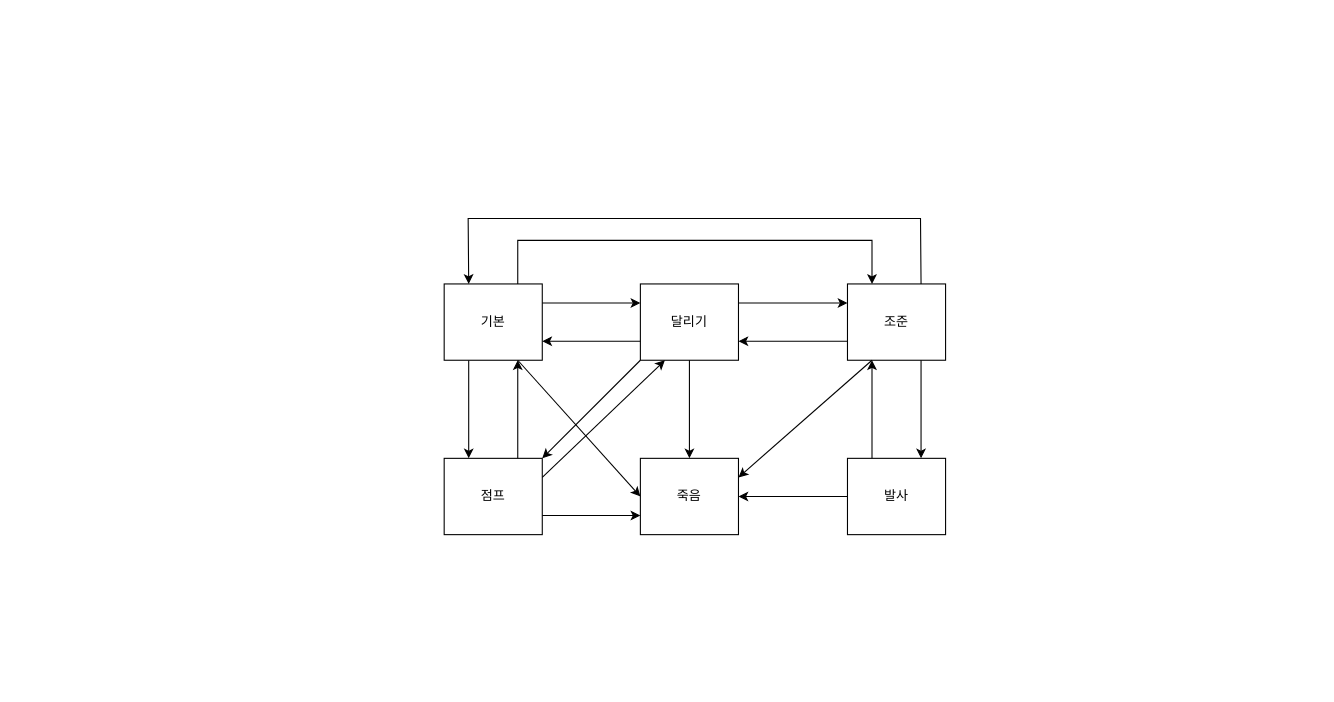
FChaGD/ProjectUnreal keeps this draw.io diagram as 기획/자료/캐릭터 상태머신.drawio. Above is the earlier version. Source tidied: cells renumbered, new cells numbered last; positions are measured from the earlier drawing's top-left corner, leaving out a move shared by most shapes. Both pictures are drawn from the tidied source at 109%, with x=0, y=0 at pixel (444, 218).
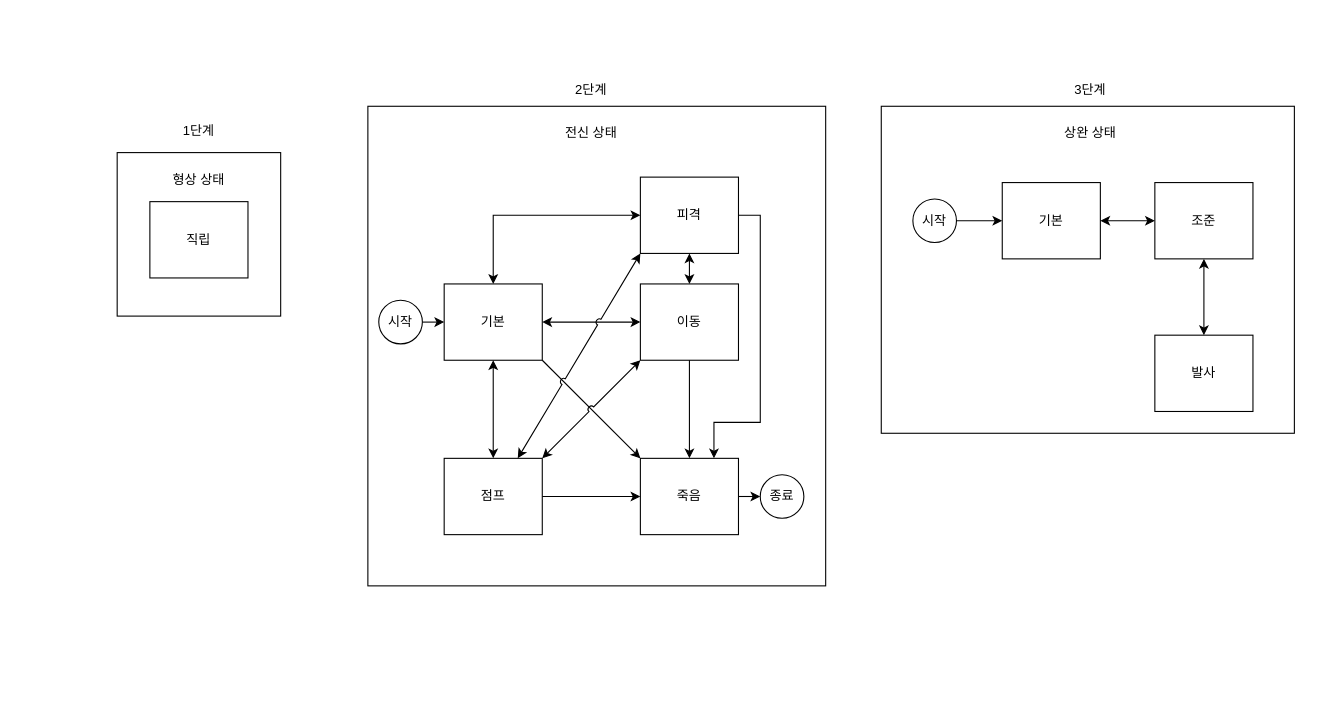
After the change.

Unchanged cells that the change refers to:
```xml
<mxCell id="3" value="기본" style="rounded=0;whiteSpace=wrap;html=1;" parent="1" vertex="1">
  <mxGeometry y="60" width="90" height="70" as="geometry" />
</mxCell>
<mxCell id="6" value="죽음" style="rounded=0;whiteSpace=wrap;html=1;" parent="1" vertex="1">
  <mxGeometry x="180" y="220" width="90" height="70" as="geometry" />
</mxCell>
<mxCell id="20" value="점프" style="rounded=0;whiteSpace=wrap;html=1;" parent="1" vertex="1">
  <mxGeometry y="220" width="90" height="70" as="geometry" />
</mxCell>
```

Diff of the diagram source:
```diff
@@
-    <mxCell id="2" style="edgeStyle=orthogonalEdgeStyle;rounded=0;jettySize=auto;html=1;exitX=0.25;exitY=1;exitDx=0;exitDy=0;entryX=0.25;entryY=0;entryDx=0;entryDy=0;" parent="1" edge="1" source="3" target="20">
-      <mxGeometry relative="1" as="geometry" />
-    </mxCell>
+    <mxCell id="25" style="rounded=0;whiteSpace=wrap;html=1;fillColor=none;strokeColor=none;" parent="1" vertex="1">
+      <mxGeometry x="-390" y="-183" width="1190" height="610" as="geometry" />
+    </mxCell>
+    <mxCell id="26" style="rounded=0;whiteSpace=wrap;html=1;" parent="1" vertex="1">
+      <mxGeometry x="401" y="-103" width="379" height="300" as="geometry" />
+    </mxCell>
+    <mxCell id="27" value="상완 상태" style="text;html=1;align=center;verticalAlign=middle;whiteSpace=wrap;rounded=0;" parent="1" vertex="1">
+      <mxGeometry x="528" y="-93" width="130" height="30" as="geometry" />
+    </mxCell>
+    <mxCell id="28" style="rounded=0;whiteSpace=wrap;html=1;" parent="1" vertex="1">
+      <mxGeometry x="-70" y="-103" width="420" height="440" as="geometry" />
+    </mxCell>
+    <mxCell id="29" style="edgeStyle=orthogonalEdgeStyle;rounded=0;jettySize=auto;html=1;exitX=0.5;exitY=0;exitDx=0;exitDy=0;entryX=0;entryY=0.5;entryDx=0;entryDy=0;startArrow=classic;startFill=1;" parent="1" edge="1" source="3" target="42">
+      <mxGeometry relative="1" as="geometry" />
+    </mxCell>
@@
     <mxCell id="4" value="조준" style="rounded=0;whiteSpace=wrap;html=1;" parent="1" vertex="1">
-      <mxGeometry x="370" y="60" width="90" height="70" as="geometry" />
+      <mxGeometry x="652" y="-33" width="90" height="70" as="geometry" />
     </mxCell>
-    <mxCell id="5" style="edgeStyle=orthogonalEdgeStyle;rounded=0;jettySize=auto;html=1;exitX=0.75;exitY=0;exitDx=0;exitDy=0;entryX=0.25;entryY=0;entryDx=0;entryDy=0;" parent="1" edge="1" source="3" target="4">
-      <mxGeometry relative="1" as="geometry">
-        <Array as="points">
-          <mxPoint x="68" y="20" />
-          <mxPoint x="393" y="20" />
-        </Array>
-      </mxGeometry>
-    </mxCell>
+    <mxCell id="30" style="edgeStyle=orthogonalEdgeStyle;rounded=0;jettySize=auto;html=1;exitX=1;exitY=0.5;exitDx=0;exitDy=0;entryX=0;entryY=0.5;entryDx=0;entryDy=0;" parent="1" edge="1" source="6" target="45">
+      <mxGeometry relative="1" as="geometry" />
+    </mxCell>
@@
-    <mxCell id="7" value="달리기" style="rounded=0;whiteSpace=wrap;html=1;" parent="1" vertex="1">
+    <mxCell id="7" value="이동" style="rounded=0;whiteSpace=wrap;html=1;" parent="1" vertex="1">
       <mxGeometry x="180" y="60" width="90" height="70" as="geometry" />
     </mxCell>
     <mxCell id="8" value="발사" style="rounded=0;whiteSpace=wrap;html=1;" parent="1" vertex="1">
-      <mxGeometry x="370" y="220" width="90" height="70" as="geometry" />
+      <mxGeometry x="652" y="107" width="90" height="70" as="geometry" />
     </mxCell>
-    <mxCell id="9" style="endArrow=classic;html=1;rounded=0;exitX=1;exitY=0.25;exitDx=0;exitDy=0;entryX=0;entryY=0.25;entryDx=0;entryDy=0;" parent="1" edge="1" source="3" target="7">
+    <mxCell id="9" style="endArrow=classic;html=1;rounded=0;exitX=1;exitY=0.5;exitDx=0;exitDy=0;entryX=0;entryY=0.5;entryDx=0;entryDy=0;startArrow=classic;startFill=1;" parent="1" edge="1" source="3" target="7">
       <mxGeometry relative="1" as="geometry" />
     </mxCell>
-    <mxCell id="10" style="endArrow=classic;html=1;rounded=0;exitX=0;exitY=0.75;exitDx=0;exitDy=0;entryX=1;entryY=0.75;entryDx=0;entryDy=0;" parent="1" edge="1" source="7" target="3">
-      <mxGeometry relative="1" as="geometry" />
-    </mxCell>
@@
-    <mxCell id="12" style="endArrow=classic;html=1;rounded=0;exitX=0.75;exitY=1;exitDx=0;exitDy=0;entryX=0;entryY=0.5;entryDx=0;entryDy=0;" parent="1" edge="1" source="3" target="6">
+    <mxCell id="12" style="endArrow=classic;html=1;rounded=0;exitX=1;exitY=1;exitDx=0;exitDy=0;entryX=0;entryY=0;entryDx=0;entryDy=0;" parent="1" edge="1" source="3" target="6">
       <mxGeometry relative="1" as="geometry" />
     </mxCell>
-    <mxCell id="13" style="endArrow=classic;html=1;rounded=0;exitX=1;exitY=0.25;exitDx=0;exitDy=0;entryX=0;entryY=0.25;entryDx=0;entryDy=0;" parent="1" edge="1" source="7" target="4">
-      <mxGeometry relative="1" as="geometry" />
-    </mxCell>
-    <mxCell id="14" style="endArrow=classic;html=1;rounded=0;exitX=0;exitY=0.75;exitDx=0;exitDy=0;entryX=1;entryY=0.75;entryDx=0;entryDy=0;" parent="1" edge="1" source="4" target="7">
-      <mxGeometry relative="1" as="geometry" />
-    </mxCell>
-    <mxCell id="15" style="endArrow=classic;html=1;rounded=0;exitX=0.25;exitY=1;exitDx=0;exitDy=0;entryX=1;entryY=0.25;entryDx=0;entryDy=0;" parent="1" edge="1" source="4" target="6">
-      <mxGeometry relative="1" as="geometry" />
-    </mxCell>
-    <mxCell id="16" style="endArrow=classic;html=1;rounded=0;exitX=0.75;exitY=1;exitDx=0;exitDy=0;entryX=0.75;entryY=0;entryDx=0;entryDy=0;" parent="1" edge="1" source="4" target="8">
+    <mxCell id="16" style="endArrow=classic;html=1;rounded=0;exitX=0.5;exitY=1;exitDx=0;exitDy=0;entryX=0.5;entryY=0;entryDx=0;entryDy=0;startArrow=classic;startFill=1;" parent="1" edge="1" source="4" target="8">
       <mxGeometry relative="1" as="geometry" />
     </mxCell>
-    <mxCell id="17" style="endArrow=classic;html=1;rounded=0;entryX=0.25;entryY=1;entryDx=0;entryDy=0;exitX=0.25;exitY=0;exitDx=0;exitDy=0;" parent="1" edge="1" source="8" target="4">
-      <mxGeometry relative="1" as="geometry" />
-    </mxCell>
-    <mxCell id="18" style="endArrow=classic;html=1;rounded=0;exitX=0.75;exitY=0;exitDx=0;exitDy=0;entryX=0.25;entryY=0;entryDx=0;entryDy=0;" parent="1" edge="1" source="4" target="3">
-      <mxGeometry relative="1" as="geometry">
-        <Array as="points">
-          <mxPoint x="437" />
-          <mxPoint x="22" />
-        </Array>
-      </mxGeometry>
-    </mxCell>
-    <mxCell id="19" style="endArrow=classic;html=1;rounded=0;entryX=1;entryY=0.5;entryDx=0;entryDy=0;exitX=0;exitY=0.5;exitDx=0;exitDy=0;" parent="1" edge="1" source="8" target="6">
-      <mxGeometry relative="1" as="geometry" />
-    </mxCell>
@@
-    <mxCell id="21" style="edgeStyle=orthogonalEdgeStyle;rounded=0;jettySize=auto;html=1;exitX=0.75;exitY=0;exitDx=0;exitDy=0;entryX=0.75;entryY=1;entryDx=0;entryDy=0;" parent="1" edge="1" source="20" target="3">
+    <mxCell id="21" style="edgeStyle=orthogonalEdgeStyle;rounded=0;jettySize=auto;html=1;exitX=0.5;exitY=0;exitDx=0;exitDy=0;entryX=0.5;entryY=1;entryDx=0;entryDy=0;startArrow=classic;startFill=1;" parent="1" edge="1" source="20" target="3">
       <mxGeometry relative="1" as="geometry" />
     </mxCell>
-    <mxCell id="22" style="endArrow=classic;html=1;rounded=0;exitX=1;exitY=0.75;exitDx=0;exitDy=0;entryX=0;entryY=0.75;entryDx=0;entryDy=0;" parent="1" edge="1" source="20" target="6">
+    <mxCell id="22" style="endArrow=classic;html=1;rounded=0;exitX=1;exitY=0.5;exitDx=0;exitDy=0;entryX=0;entryY=0.5;entryDx=0;entryDy=0;" parent="1" edge="1" source="20" target="6">
       <mxGeometry relative="1" as="geometry" />
     </mxCell>
-    <mxCell id="23" style="endArrow=classic;html=1;rounded=0;exitX=0;exitY=1;exitDx=0;exitDy=0;entryX=1;entryY=0;entryDx=0;entryDy=0;" parent="1" edge="1" source="7" target="20">
+    <mxCell id="23" style="endArrow=classic;html=1;rounded=0;exitX=0;exitY=1;exitDx=0;exitDy=0;entryX=1;entryY=0;entryDx=0;entryDy=0;startArrow=classic;startFill=1;jumpStyle=arc;" parent="1" edge="1" source="7" target="20">
       <mxGeometry relative="1" as="geometry" />
     </mxCell>
-    <mxCell id="24" style="endArrow=classic;html=1;rounded=0;exitX=1;exitY=0.25;exitDx=0;exitDy=0;entryX=0.25;entryY=1;entryDx=0;entryDy=0;" parent="1" edge="1" source="20" target="7">
-      <mxGeometry relative="1" as="geometry" />
-    </mxCell>
+    <mxCell id="31" value="전신 상태" style="text;html=1;align=center;verticalAlign=middle;whiteSpace=wrap;rounded=0;" parent="1" vertex="1">
+      <mxGeometry x="70" y="-93" width="130" height="30" as="geometry" />
+    </mxCell>
+    <mxCell id="32" value="기본" style="rounded=0;whiteSpace=wrap;html=1;" parent="1" vertex="1">
+      <mxGeometry x="512" y="-33" width="90" height="70" as="geometry" />
+    </mxCell>
+    <mxCell id="33" style="endArrow=classic;html=1;rounded=0;exitX=1;exitY=0.5;exitDx=0;exitDy=0;entryX=0;entryY=0.5;entryDx=0;entryDy=0;startArrow=classic;startFill=1;" parent="1" edge="1" source="32" target="4">
+      <mxGeometry relative="1" as="geometry" />
+    </mxCell>
+    <mxCell id="34" style="rounded=0;whiteSpace=wrap;html=1;" parent="1" vertex="1">
+      <mxGeometry x="-300" y="-60.5" width="150" height="150" as="geometry" />
+    </mxCell>
+    <mxCell id="35" value="직립" style="rounded=0;whiteSpace=wrap;html=1;" parent="1" vertex="1">
+      <mxGeometry x="-270" y="-15.5" width="90" height="70" as="geometry" />
+    </mxCell>
+    <mxCell id="36" value="형상 상태" style="text;html=1;align=center;verticalAlign=middle;whiteSpace=wrap;rounded=0;" parent="1" vertex="1">
+      <mxGeometry x="-290" y="-50.5" width="130" height="30" as="geometry" />
+    </mxCell>
+    <mxCell id="37" value="1단계" style="text;html=1;align=center;verticalAlign=middle;whiteSpace=wrap;rounded=0;" parent="1" vertex="1">
+      <mxGeometry x="-255" y="-95.5" width="60" height="30" as="geometry" />
+    </mxCell>
+    <mxCell id="38" value="2단계" style="text;html=1;align=center;verticalAlign=middle;whiteSpace=wrap;rounded=0;" parent="1" vertex="1">
+      <mxGeometry x="105" y="-133" width="60" height="30" as="geometry" />
+    </mxCell>
+    <mxCell id="39" value="3단계" style="text;html=1;align=center;verticalAlign=middle;whiteSpace=wrap;rounded=0;" parent="1" vertex="1">
+      <mxGeometry x="563" y="-133" width="60" height="30" as="geometry" />
+    </mxCell>
+    <mxCell id="40" style="edgeStyle=orthogonalEdgeStyle;rounded=0;jettySize=auto;html=1;exitX=1;exitY=0.5;exitDx=0;exitDy=0;entryX=0.75;entryY=0;entryDx=0;entryDy=0;" parent="1" edge="1" source="42" target="6">
+      <mxGeometry relative="1" as="geometry">
+        <Array as="points">
+          <mxPoint x="290" y="-3" />
+          <mxPoint x="290" y="187" />
+          <mxPoint x="248" y="187" />
+        </Array>
+      </mxGeometry>
+    </mxCell>
+    <mxCell id="41" style="edgeStyle=orthogonalEdgeStyle;rounded=0;jettySize=auto;html=1;entryX=0.5;entryY=0;entryDx=0;entryDy=0;startArrow=classic;startFill=1;" parent="1" edge="1" source="42" target="7">
+      <mxGeometry relative="1" as="geometry" />
+    </mxCell>
+    <mxCell id="42" value="피격" style="rounded=0;whiteSpace=wrap;html=1;" parent="1" vertex="1">
+      <mxGeometry x="180" y="-38" width="90" height="70" as="geometry" />
+    </mxCell>
+    <mxCell id="43" style="edgeStyle=orthogonalEdgeStyle;rounded=0;jettySize=auto;html=1;exitX=1;exitY=0.5;exitDx=0;exitDy=0;entryX=0;entryY=0.5;entryDx=0;entryDy=0;" parent="1" edge="1" source="44" target="3">
+      <mxGeometry relative="1" as="geometry" />
+    </mxCell>
+    <mxCell id="44" value="시작" style="ellipse;whiteSpace=wrap;html=1;" parent="1" vertex="1">
+      <mxGeometry x="-60" y="75" width="40" height="40" as="geometry" />
+    </mxCell>
+    <mxCell id="45" value="종료" style="ellipse;whiteSpace=wrap;html=1;" parent="1" vertex="1">
+      <mxGeometry x="290" y="235" width="40" height="40" as="geometry" />
+    </mxCell>
+    <mxCell id="46" style="endArrow=classic;startArrow=classic;html=1;rounded=0;entryX=0;entryY=1;entryDx=0;entryDy=0;exitX=0.75;exitY=0;exitDx=0;exitDy=0;jumpStyle=arc;" parent="1" edge="1" source="20" target="42">
+      <mxGeometry relative="1" as="geometry" />
+    </mxCell>
+    <mxCell id="47" style="edgeStyle=orthogonalEdgeStyle;rounded=0;jettySize=auto;html=1;exitX=1;exitY=0.5;exitDx=0;exitDy=0;entryX=0;entryY=0.5;entryDx=0;entryDy=0;" parent="1" edge="1" source="48" target="32">
+      <mxGeometry relative="1" as="geometry" />
+    </mxCell>
+    <mxCell id="48" value="시작" style="ellipse;whiteSpace=wrap;html=1;" parent="1" vertex="1">
+      <mxGeometry x="430" y="-18" width="40" height="40" as="geometry" />
+    </mxCell>
```
